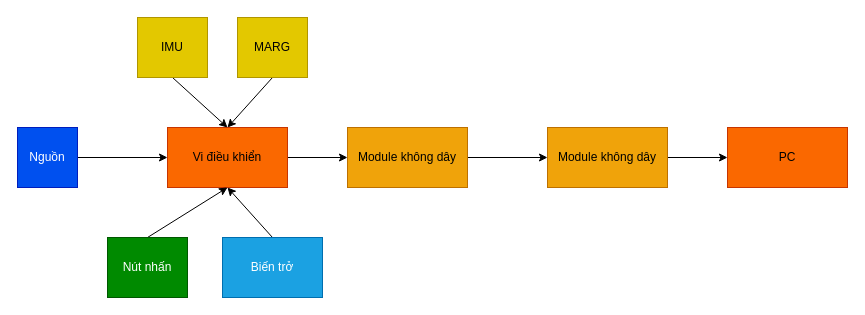
The draw.io diagram docs/final_project/hieu/flowchart/thiet-ke-he-thong.drawio in TNH510/5_DOF_Robot_Arm, before the edit. Source tidied: cells renumbered, new cells numbered last; positions are measured from the earlier drawing's top-left corner, leaving out a move shared by most shapes. Both pictures are drawn from the tidied source at 100%, with x=0, y=0 at pixel (17, 17).
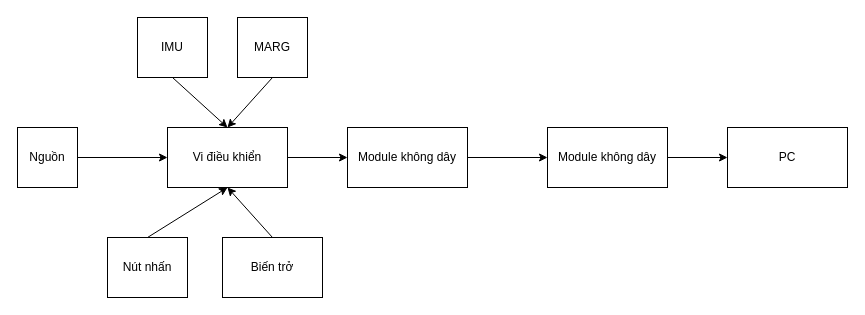
After the change.

The edit, as a diff of the source:
```diff
@@
 <mxGraphModel background="#ffffff">
   <root>
     <mxCell id="0" />
     <mxCell id="1" parent="0" />
     <mxCell id="2" style="edgeStyle=none;html=1;exitX=1;exitY=0.5;exitDx=0;exitDy=0;entryX=0;entryY=0.5;entryDx=0;entryDy=0;strokeColor=#000000;" parent="1" edge="1" source="3" target="13">
       <mxGeometry relative="1" as="geometry" />
     </mxCell>
-    <mxCell id="3" value="Vi điều khiển" style="rounded=0;whiteSpace=wrap;html=1;fillColor=#fa6800;fontColor=#000000;strokeColor=#C73500;" parent="1" vertex="1">
+    <mxCell id="3" value="Vi điều khiển" style="rounded=0;whiteSpace=wrap;html=1;" parent="1" vertex="1">
       <mxGeometry x="150" y="110" width="120" height="60" as="geometry" />
     </mxCell>
     <mxCell id="4" style="edgeStyle=none;html=1;exitX=1;exitY=0.5;exitDx=0;exitDy=0;entryX=0;entryY=0.5;entryDx=0;entryDy=0;strokeColor=#000000;" parent="1" edge="1" source="5" target="3">
       <mxGeometry relative="1" as="geometry" />
     </mxCell>
-    <mxCell id="5" value="Nguồn" style="rounded=0;whiteSpace=wrap;html=1;fillColor=#0050ef;fontColor=#ffffff;strokeColor=#001DBC;" parent="1" vertex="1">
+    <mxCell id="5" value="Nguồn" style="rounded=0;whiteSpace=wrap;html=1;" parent="1" vertex="1">
       <mxGeometry y="110" width="60" height="60" as="geometry" />
     </mxCell>
     <mxCell id="6" style="edgeStyle=none;html=1;exitX=0.5;exitY=1;exitDx=0;exitDy=0;entryX=0.5;entryY=0;entryDx=0;entryDy=0;strokeColor=#000000;" parent="1" edge="1" source="7" target="3">
       <mxGeometry relative="1" as="geometry" />
     </mxCell>
-    <mxCell id="7" value="IMU" style="rounded=0;whiteSpace=wrap;html=1;fillColor=#e3c800;fontColor=#000000;strokeColor=#B09500;" parent="1" vertex="1">
+    <mxCell id="7" value="IMU" style="rounded=0;whiteSpace=wrap;html=1;" parent="1" vertex="1">
       <mxGeometry x="120" width="70" height="60" as="geometry" />
     </mxCell>
     <mxCell id="8" style="edgeStyle=none;html=1;exitX=0.5;exitY=1;exitDx=0;exitDy=0;entryX=0.5;entryY=0;entryDx=0;entryDy=0;strokeColor=#000000;" parent="1" edge="1" source="9" target="3">
       <mxGeometry relative="1" as="geometry" />
     </mxCell>
-    <mxCell id="9" value="MARG" style="rounded=0;whiteSpace=wrap;html=1;fillColor=#e3c800;fontColor=#000000;strokeColor=#B09500;" parent="1" vertex="1">
+    <mxCell id="9" value="MARG" style="rounded=0;whiteSpace=wrap;html=1;" parent="1" vertex="1">
       <mxGeometry x="220" width="70" height="60" as="geometry" />
     </mxCell>
     <mxCell id="10" style="edgeStyle=none;html=1;exitX=0.5;exitY=0;exitDx=0;exitDy=0;strokeColor=#000000;" parent="1" edge="1" source="11">
       <mxGeometry relative="1" as="geometry">
         <mxPoint x="210" y="170" as="targetPoint" />
       </mxGeometry>
     </mxCell>
-    <mxCell id="11" value="Biến trở" style="rounded=0;whiteSpace=wrap;html=1;fillColor=#1ba1e2;fontColor=#ffffff;strokeColor=#006EAF;" parent="1" vertex="1">
+    <mxCell id="11" value="Biến trở" style="rounded=0;whiteSpace=wrap;html=1;" parent="1" vertex="1">
       <mxGeometry x="205" y="220" width="100" height="60" as="geometry" />
     </mxCell>
     <mxCell id="12" style="edgeStyle=none;html=1;exitX=1;exitY=0.5;exitDx=0;exitDy=0;entryX=0;entryY=0.5;entryDx=0;entryDy=0;strokeColor=#000000;" parent="1" edge="1" source="13" target="18">
       <mxGeometry relative="1" as="geometry" />
     </mxCell>
-    <mxCell id="13" value="Module không dây" style="rounded=0;whiteSpace=wrap;html=1;fillColor=#f0a30a;fontColor=#000000;strokeColor=#BD7000;" parent="1" vertex="1">
+    <mxCell id="13" value="Module không dây" style="rounded=0;whiteSpace=wrap;html=1;" parent="1" vertex="1">
       <mxGeometry x="330" y="110" width="120" height="60" as="geometry" />
     </mxCell>
     <mxCell id="14" style="edgeStyle=none;html=1;exitX=0.5;exitY=0;exitDx=0;exitDy=0;entryX=0.5;entryY=1;entryDx=0;entryDy=0;strokeColor=#000000;" parent="1" edge="1" source="15" target="3">
       <mxGeometry relative="1" as="geometry" />
     </mxCell>
-    <mxCell id="15" value="Nút nhấn" style="rounded=0;whiteSpace=wrap;html=1;fillColor=#008a00;strokeColor=#005700;fontColor=#ffffff;" parent="1" vertex="1">
+    <mxCell id="15" value="Nút nhấn" style="rounded=0;whiteSpace=wrap;html=1;" parent="1" vertex="1">
       <mxGeometry x="90" y="220" width="80" height="60" as="geometry" />
     </mxCell>
-    <mxCell id="16" value="PC" style="rounded=0;whiteSpace=wrap;html=1;fillColor=#fa6800;fontColor=#000000;strokeColor=#C73500;" parent="1" vertex="1">
+    <mxCell id="16" value="PC" style="rounded=0;whiteSpace=wrap;html=1;" parent="1" vertex="1">
       <mxGeometry x="710" y="110" width="120" height="60" as="geometry" />
     </mxCell>
     <mxCell id="17" style="edgeStyle=none;html=1;exitX=1;exitY=0.5;exitDx=0;exitDy=0;entryX=0;entryY=0.5;entryDx=0;entryDy=0;strokeColor=#000000;" parent="1" edge="1" source="18" target="16">
       <mxGeometry relative="1" as="geometry" />
     </mxCell>
-    <mxCell id="18" value="Module không dây" style="rounded=0;whiteSpace=wrap;html=1;fillColor=#f0a30a;fontColor=#000000;strokeColor=#BD7000;" parent="1" vertex="1">
+    <mxCell id="18" value="Module không dây" style="rounded=0;whiteSpace=wrap;html=1;" parent="1" vertex="1">
       <mxGeometry x="530" y="110" width="120" height="60" as="geometry" />
     </mxCell>
   </root>
 </mxGraphModel>
```
